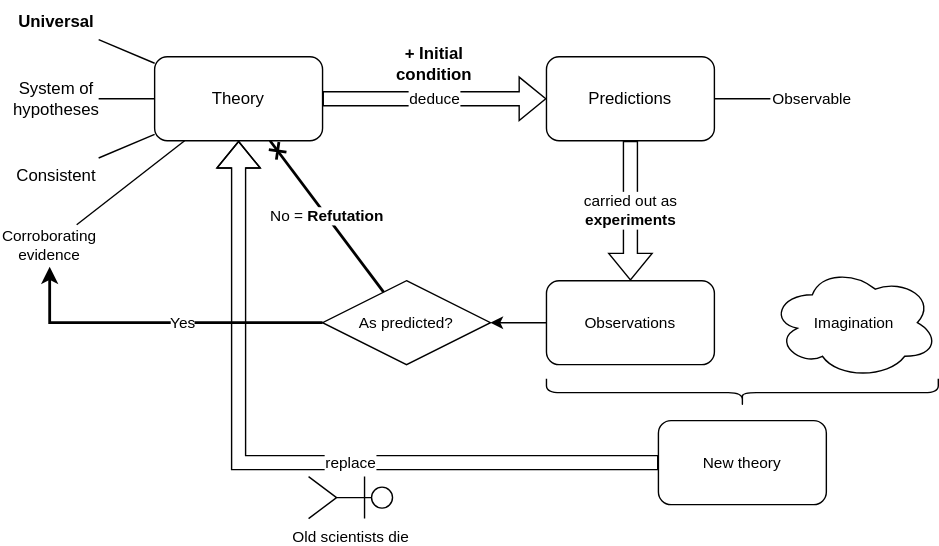
The draw.io diagram philosophy/resources/epistemology.drawio.svg in hungcq/knowledge-repo, before a commit. Source tidied: cells renumbered, new cells last; positions are measured from the earlier drawing's top-left corner, leaving out a move shared by most shapes. Source of this version:
```xml
<mxGraphModel background="#ffffff">
  <root>
    <mxCell id="0" />
    <mxCell id="1" parent="0" />
    <mxCell id="2" style="rounded=0;jettySize=auto;html=1;endArrow=none;endFill=0;" parent="1" edge="1" source="6" target="11">
      <mxGeometry relative="1" as="geometry" />
    </mxCell>
    <mxCell id="3" style="edgeStyle=none;shape=connector;rounded=0;jettySize=auto;html=1;strokeColor=default;align=center;verticalAlign=middle;fontFamily=Helvetica;fontSize=11;fontColor=default;labelBackgroundColor=default;endArrow=none;endFill=0;" parent="1" edge="1" source="6" target="12">
      <mxGeometry relative="1" as="geometry" />
    </mxCell>
    <mxCell id="4" style="edgeStyle=none;shape=connector;rounded=0;jettySize=auto;html=1;strokeColor=default;align=center;verticalAlign=middle;fontFamily=Helvetica;fontSize=11;fontColor=default;labelBackgroundColor=default;endArrow=none;endFill=0;" parent="1" edge="1" source="6" target="13">
      <mxGeometry relative="1" as="geometry" />
    </mxCell>
    <mxCell id="5" style="edgeStyle=none;shape=connector;rounded=0;jettySize=auto;html=1;strokeColor=default;align=center;verticalAlign=middle;fontFamily=Helvetica;fontSize=11;fontColor=default;labelBackgroundColor=default;endArrow=none;endFill=0;" parent="1" edge="1" source="6" target="21">
      <mxGeometry relative="1" as="geometry" />
    </mxCell>
    <mxCell id="6" value="Theory" style="rounded=1;whiteSpace=wrap;html=1;" parent="1" vertex="1">
      <mxGeometry x="110" y="40" width="120" height="60" as="geometry" />
    </mxCell>
    <mxCell id="7" value="deduce" style="shape=flexArrow;endArrow=classic;html=1;rounded=0;exitX=1;exitY=0.5;exitDx=0;exitDy=0;" parent="1" edge="1" source="6">
      <mxGeometry relative="1" as="geometry">
        <mxPoint x="390" y="70" as="targetPoint" />
      </mxGeometry>
    </mxCell>
    <mxCell id="8" style="edgeStyle=none;shape=connector;rounded=0;jettySize=auto;html=1;strokeColor=default;align=center;verticalAlign=middle;fontFamily=Helvetica;fontSize=11;fontColor=default;labelBackgroundColor=default;endArrow=none;endFill=0;" parent="1" edge="1" source="9" target="26">
      <mxGeometry relative="1" as="geometry" />
    </mxCell>
    <mxCell id="9" value="Predictions" style="rounded=1;whiteSpace=wrap;html=1;" parent="1" vertex="1">
      <mxGeometry x="390" y="40" width="120" height="60" as="geometry" />
    </mxCell>
    <mxCell id="10" value="+ Initial condition" style="text;html=1;align=center;verticalAlign=middle;whiteSpace=wrap;rounded=0;fontStyle=1;" parent="1" vertex="1">
      <mxGeometry x="280" y="30" width="60" height="30" as="geometry" />
    </mxCell>
    <mxCell id="11" value="Universal" style="text;html=1;align=center;verticalAlign=middle;whiteSpace=wrap;rounded=0;fontStyle=1;" parent="1" vertex="1">
      <mxGeometry x="10" width="60" height="30" as="geometry" />
    </mxCell>
    <mxCell id="12" value="System of hypotheses" style="text;html=1;align=center;verticalAlign=middle;whiteSpace=wrap;rounded=0;" parent="1" vertex="1">
      <mxGeometry x="10" y="55" width="60" height="30" as="geometry" />
    </mxCell>
    <mxCell id="13" value="Consistent" style="text;html=1;align=center;verticalAlign=middle;whiteSpace=wrap;rounded=0;" parent="1" vertex="1">
      <mxGeometry x="10" y="110" width="60" height="30" as="geometry" />
    </mxCell>
    <mxCell id="14" style="edgeStyle=none;shape=connector;rounded=0;jettySize=auto;html=1;strokeColor=default;align=center;verticalAlign=middle;fontFamily=Helvetica;fontSize=11;fontColor=default;labelBackgroundColor=default;endArrow=classic;endFill=1;" parent="1" edge="1" source="15" target="20">
      <mxGeometry relative="1" as="geometry" />
    </mxCell>
    <mxCell id="15" value="Observations" style="rounded=1;whiteSpace=wrap;html=1;fontFamily=Helvetica;fontSize=11;fontColor=default;labelBackgroundColor=default;" parent="1" vertex="1">
      <mxGeometry x="390" y="200" width="120" height="60" as="geometry" />
    </mxCell>
    <mxCell id="16" value="Imagination" style="ellipse;shape=cloud;whiteSpace=wrap;html=1;fontFamily=Helvetica;fontSize=11;fontColor=default;labelBackgroundColor=default;" parent="1" vertex="1">
      <mxGeometry x="550" y="190" width="120" height="80" as="geometry" />
    </mxCell>
    <mxCell id="17" value="carried out as&lt;br&gt;&lt;b&gt;experiments&lt;/b&gt;" style="shape=flexArrow;endArrow=classic;html=1;rounded=0;exitX=0.5;exitY=1;exitDx=0;exitDy=0;entryX=0.5;entryY=0;entryDx=0;entryDy=0;" parent="1" edge="1" source="9" target="15">
      <mxGeometry relative="1" as="geometry" />
    </mxCell>
    <mxCell id="18" value="Yes" style="edgeStyle=orthogonalEdgeStyle;shape=connector;rounded=0;jettySize=auto;html=1;strokeColor=default;align=center;verticalAlign=middle;fontFamily=Helvetica;fontSize=11;fontColor=default;labelBackgroundColor=default;endArrow=classic;endFill=1;strokeWidth=2;" parent="1" edge="1" source="20" target="21">
      <mxGeometry x="-0.15" relative="1" as="geometry">
        <Array as="points">
          <mxPoint x="35" y="230" />
        </Array>
      </mxGeometry>
    </mxCell>
    <mxCell id="19" value="No = &lt;b&gt;Refutation&lt;/b&gt;" style="edgeStyle=none;shape=connector;rounded=0;jettySize=auto;html=1;strokeColor=default;align=center;verticalAlign=middle;fontFamily=Helvetica;fontSize=11;fontColor=default;labelBackgroundColor=default;endArrow=cross;endFill=0;strokeWidth=2;" parent="1" edge="1" source="20" target="6">
      <mxGeometry relative="1" as="geometry" />
    </mxCell>
    <mxCell id="20" value="As predicted?" style="rhombus;whiteSpace=wrap;html=1;fontFamily=Helvetica;fontSize=11;fontColor=default;labelBackgroundColor=default;" parent="1" vertex="1">
      <mxGeometry x="230" y="200" width="120" height="60" as="geometry" />
    </mxCell>
    <mxCell id="21" value="Corroborating evidence" style="text;html=1;align=center;verticalAlign=middle;whiteSpace=wrap;rounded=0;fontFamily=Helvetica;fontSize=11;fontColor=default;labelBackgroundColor=default;" parent="1" vertex="1">
      <mxGeometry y="160" width="70" height="30" as="geometry" />
    </mxCell>
    <mxCell id="22" value="Old scientists die" style="shape=umlActor;verticalLabelPosition=bottom;verticalAlign=top;html=1;fontFamily=Helvetica;fontSize=11;fontColor=default;labelBackgroundColor=default;direction=south;" parent="1" vertex="1">
      <mxGeometry x="220" y="340" width="60" height="30" as="geometry" />
    </mxCell>
    <mxCell id="23" style="shape=curlyBracket;whiteSpace=wrap;html=1;rounded=1;labelPosition=left;verticalLabelPosition=middle;align=right;verticalAlign=middle;fontFamily=Helvetica;fontSize=11;fontColor=default;labelBackgroundColor=default;direction=north;" parent="1" vertex="1">
      <mxGeometry x="390" y="270" width="280" height="20" as="geometry" />
    </mxCell>
    <mxCell id="24" value="replace" style="edgeStyle=none;shape=flexArrow;rounded=0;jettySize=auto;html=1;strokeColor=default;align=center;verticalAlign=middle;fontFamily=Helvetica;fontSize=11;fontColor=default;labelBackgroundColor=default;endArrow=classic;endFill=1;" parent="1" edge="1" source="25" target="6">
      <mxGeometry x="-0.17" relative="1" as="geometry">
        <Array as="points">
          <mxPoint x="170" y="330" />
        </Array>
      </mxGeometry>
    </mxCell>
    <mxCell id="25" value="New theory" style="rounded=1;whiteSpace=wrap;html=1;fontFamily=Helvetica;fontSize=11;fontColor=default;labelBackgroundColor=default;" parent="1" vertex="1">
      <mxGeometry x="470" y="300" width="120" height="60" as="geometry" />
    </mxCell>
    <mxCell id="26" value="Observable" style="text;html=1;align=center;verticalAlign=middle;whiteSpace=wrap;rounded=0;fontFamily=Helvetica;fontSize=11;fontColor=default;labelBackgroundColor=default;" parent="1" vertex="1">
      <mxGeometry x="550" y="55" width="60" height="30" as="geometry" />
    </mxCell>
  </root>
</mxGraphModel>
```
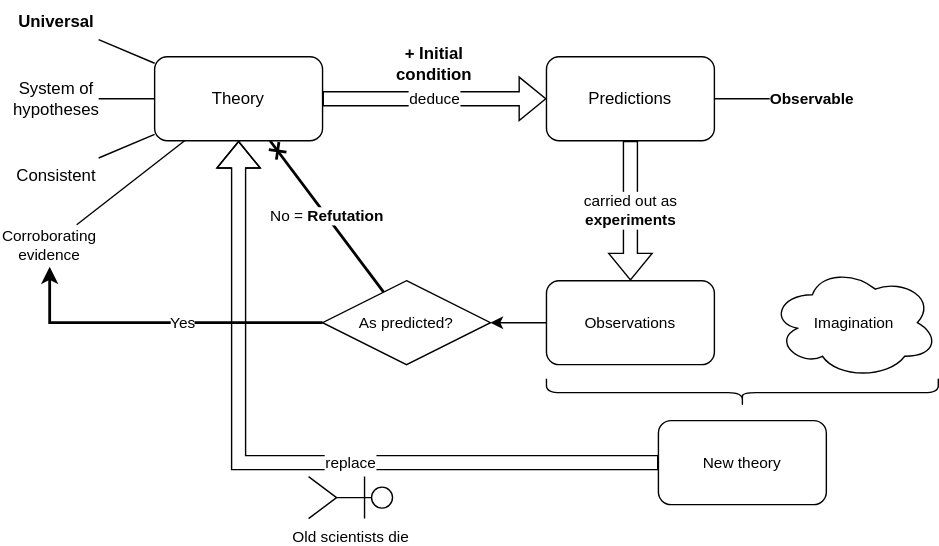
After the commit.

Change to the diagram source:
```diff
@@ -84,7 +84,7 @@
     <mxCell id="25" value="New theory" style="rounded=1;whiteSpace=wrap;html=1;fontFamily=Helvetica;fontSize=11;fontColor=default;labelBackgroundColor=default;" parent="1" vertex="1">
       <mxGeometry x="470" y="300" width="120" height="60" as="geometry" />
     </mxCell>
-    <mxCell id="26" value="Observable" style="text;html=1;align=center;verticalAlign=middle;whiteSpace=wrap;rounded=0;fontFamily=Helvetica;fontSize=11;fontColor=default;labelBackgroundColor=default;" parent="1" vertex="1">
+    <mxCell id="26" value="Observable" style="text;html=1;align=center;verticalAlign=middle;whiteSpace=wrap;rounded=0;fontFamily=Helvetica;fontSize=11;fontColor=default;labelBackgroundColor=default;fontStyle=1;" parent="1" vertex="1">
       <mxGeometry x="550" y="55" width="60" height="30" as="geometry" />
     </mxCell>
   </root>
```
